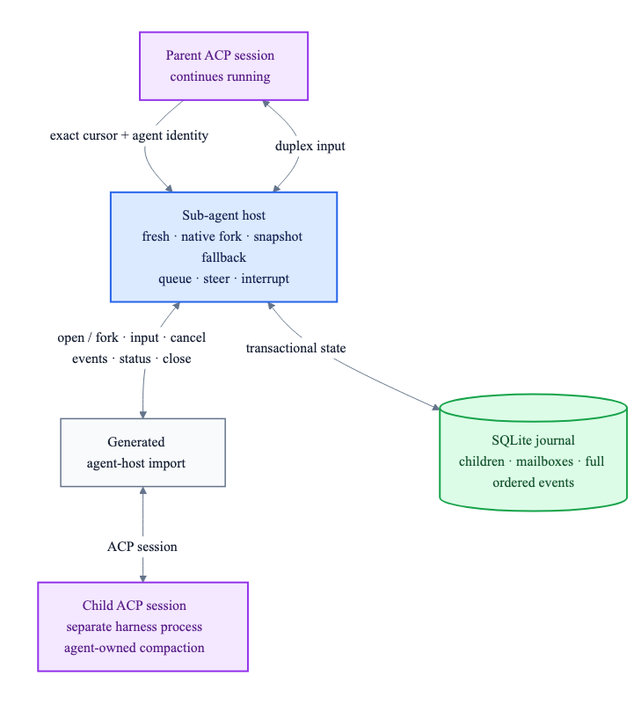
fontanierh/crab keeps this Mermaid diagram as v2/docs/sub-agent-host-flow.png. Above is the earlier version. Its source is kept beside it as v2/docs/sub-agent-host-flow.mmd.
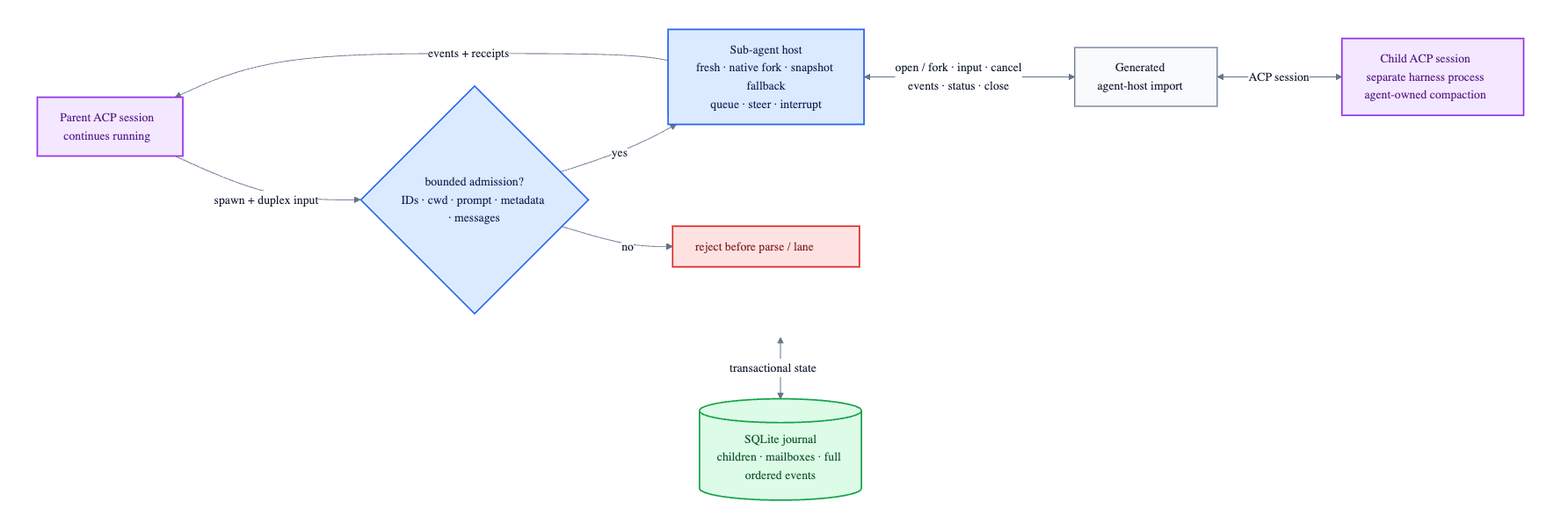
The same diagram one commit later.

Commit message:
fix(v2): bound sub-agent ingress (#346)

The edit, as a diff of the source:
```diff
@@ -3,12 +3,16 @@
     subgraph LIVE[" "]
         direction LR
         PARENT["Parent ACP session<br/>continues running"]
+        ADMIT{"bounded admission?<br/>IDs · cwd · prompt · metadata · messages"}
+        REJECT["reject before parse / lane"]
         HOST["Sub-agent host<br/>fresh · native fork · snapshot fallback<br/>queue · steer · interrupt"]
         IMPORT["Generated<br/>agent-host import"]
         CHILD["Child ACP session<br/>separate harness process<br/>agent-owned compaction"]
 
-        PARENT -->|"exact cursor + agent identity"| HOST
-        PARENT <-->|"duplex input"| HOST
+        PARENT -->|"spawn + duplex input"| ADMIT
+        ADMIT -->|"yes"| HOST
+        ADMIT -->|"no"| REJECT
+        HOST -->|"events + receipts"| PARENT
         HOST <-->|"open / fork · input · cancel<br/>events · status · close"| IMPORT
         IMPORT <-->|"ACP session"| CHILD
     end
@@ -19,9 +23,11 @@
     classDef runtime fill:#dbeafe,stroke:#2563eb,stroke-width:2px,color:#172554;
     classDef durable fill:#dcfce7,stroke:#16a34a,stroke-width:2px,color:#14532d;
     classDef boundary fill:#f8fafc,stroke:#64748b,stroke-width:1.5px,color:#172033;
+    classDef reject fill:#fee2e2,stroke:#dc2626,stroke-width:2px,color:#7f1d1d;
 
     class PARENT,CHILD session;
-    class HOST runtime;
+    class ADMIT,HOST runtime;
+    class REJECT reject;
     class DB durable;
     class IMPORT boundary;
     style LIVE fill:none,stroke:none;
```
